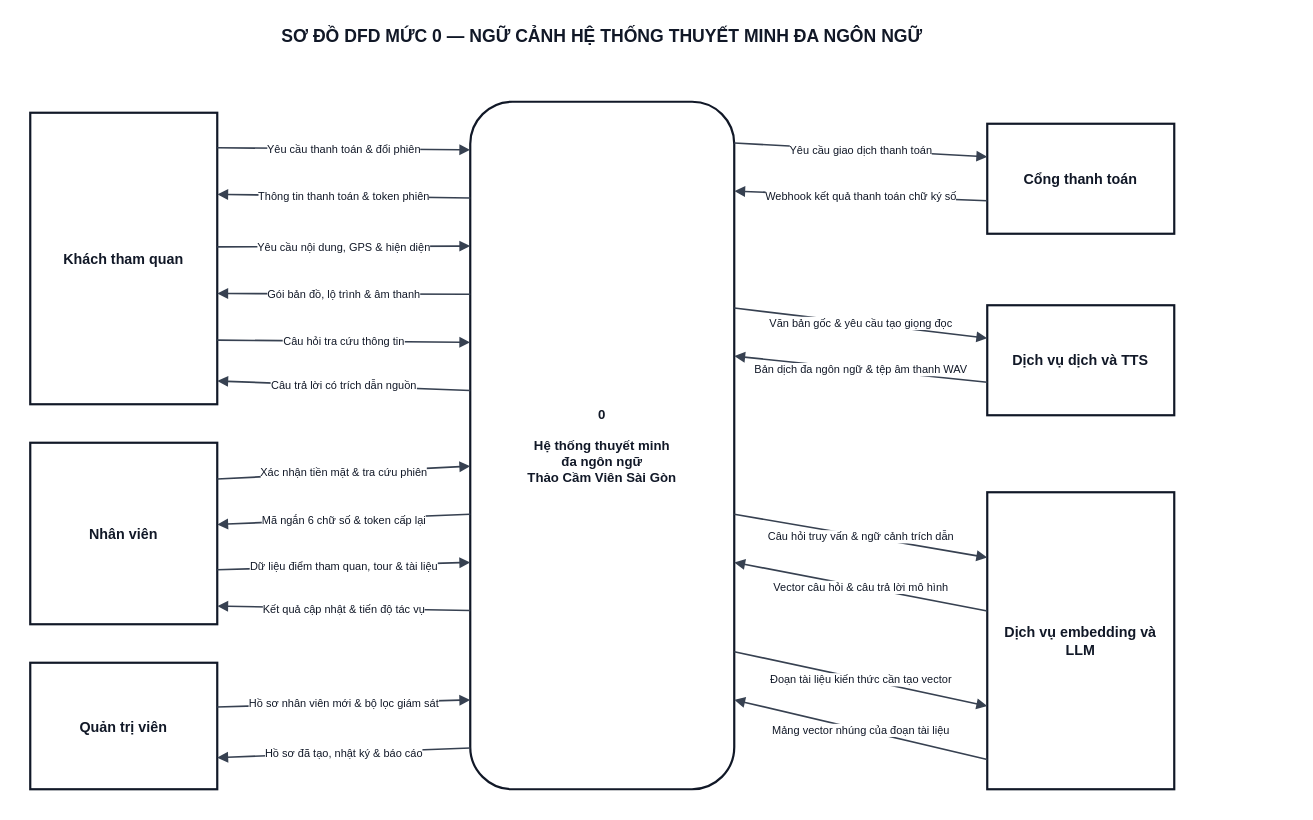
Kazuken123/prj_sgu26_cnpm keeps this draw.io diagram as docs/diagram/dfd/DFD_Level_0_Context.drawio. Above is the earlier version. Source tidied: cells renumbered, new cells numbered last; positions are measured from the earlier drawing's top-left corner, leaving out a move shared by most shapes. Both pictures are drawn from the tidied source at 110%, with x=0, y=0 at pixel (30, 19).
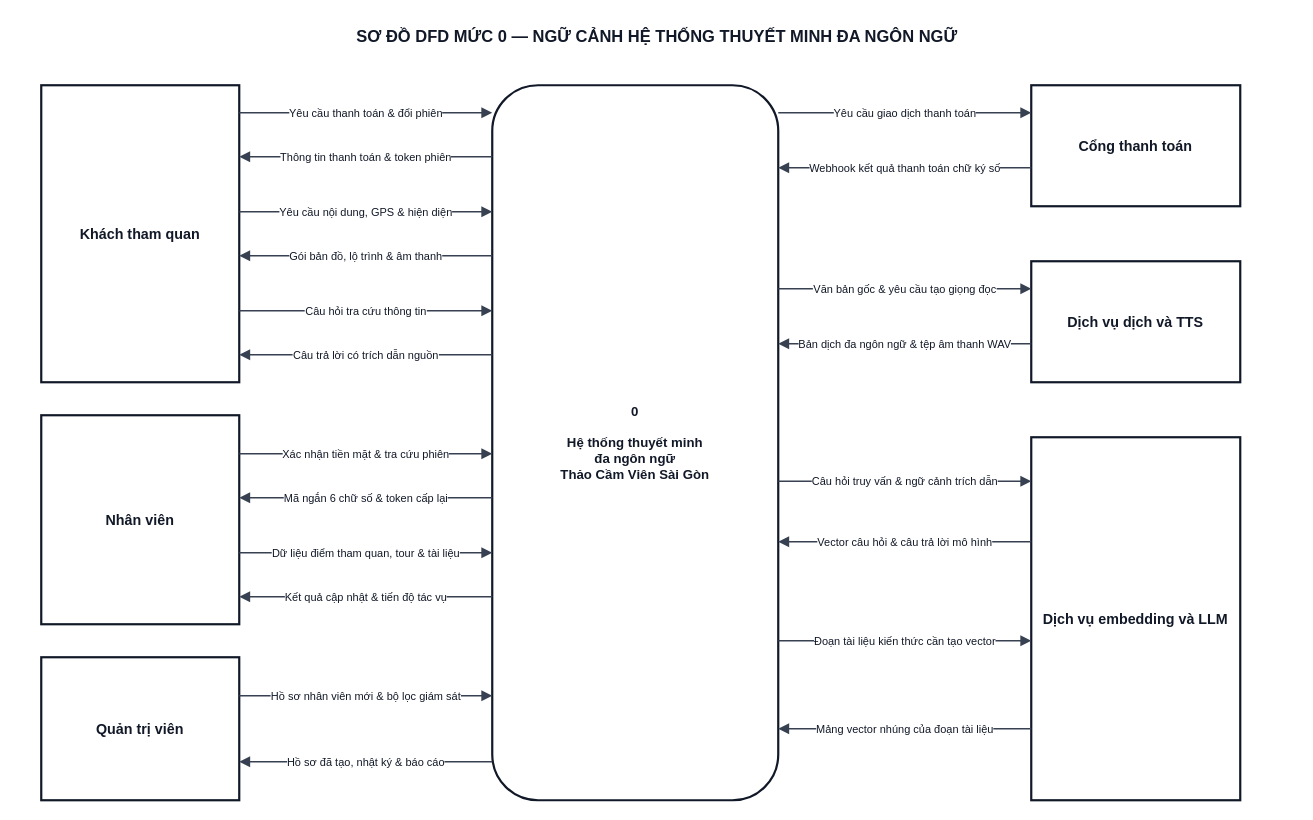
The same page after the edit.

The edit, as a diff of the source:
```diff
@@
-    <mxCell id="2" value="SƠ ĐỒ DFD MỨC 0 — NGỮ CẢNH HỆ THỐNG THUYẾT MINH ĐA NGÔN NGỮ" style="text;html=1;align=center;verticalAlign=middle;whiteSpace=wrap;fontFamily=Arial;fontSize=16;fontStyle=1;fillColor=none;strokeColor=none;fontColor=#111827;" parent="1" vertex="1">
-      <mxGeometry width="1040" height="30" as="geometry" />
+    <mxCell id="2" value="SƠ ĐỒ DFD MỨC 0 — NGỮ CẢNH HỆ THỐNG THUYẾT MINH ĐA NGÔN NGỮ" style="text;html=1;align=center;verticalAlign=middle;whiteSpace=wrap;fontFamily=Arial;fontSize=15;fontStyle=1;fillColor=none;strokeColor=none;fontColor=#111827;" parent="1" vertex="1">
+      <mxGeometry x="-10" width="1160" height="30" as="geometry" />
     </mxCell>
     <mxCell id="3" value="&lt;b&gt;0&lt;/b&gt;&lt;br/&gt;&lt;br/&gt;Hệ thống thuyết minh&lt;br/&gt;đa ngôn ngữ&lt;br/&gt;Thảo Cầm Viên Sài Gòn" style="rounded=1;arcSize=16;whiteSpace=wrap;html=1;fillColor=#FFFFFF;strokeColor=#111827;strokeWidth=2;fontFamily=Arial;fontSize=12;fontStyle=1;fontColor=#111827;align=center;" parent="1" vertex="1">
-      <mxGeometry x="400" y="75" width="240" height="625" as="geometry" />
+      <mxGeometry x="420" y="60" width="260" height="650" as="geometry" />
     </mxCell>
     <mxCell id="4" value="Khách tham quan" style="rounded=0;whiteSpace=wrap;html=1;fillColor=#FFFFFF;strokeColor=#111827;strokeWidth=2;fontFamily=Arial;fontSize=13;fontStyle=1;fontColor=#111827;align=center;" parent="1" vertex="1">
-      <mxGeometry y="85" width="170" height="265" as="geometry" />
+      <mxGeometry x="10" y="60" width="180" height="270" as="geometry" />
     </mxCell>
     <mxCell id="5" value="Nhân viên" style="rounded=0;whiteSpace=wrap;html=1;fillColor=#FFFFFF;strokeColor=#111827;strokeWidth=2;fontFamily=Arial;fontSize=13;fontStyle=1;fontColor=#111827;align=center;" parent="1" vertex="1">
-      <mxGeometry y="385" width="170" height="165" as="geometry" />
+      <mxGeometry x="10" y="360" width="180" height="190" as="geometry" />
     </mxCell>
     <mxCell id="6" value="Quản trị viên" style="rounded=0;whiteSpace=wrap;html=1;fillColor=#FFFFFF;strokeColor=#111827;strokeWidth=2;fontFamily=Arial;fontSize=13;fontStyle=1;fontColor=#111827;align=center;" parent="1" vertex="1">
-      <mxGeometry y="585" width="170" height="115" as="geometry" />
+      <mxGeometry x="10" y="580" width="180" height="130" as="geometry" />
     </mxCell>
     <mxCell id="7" value="Cổng thanh toán" style="rounded=0;whiteSpace=wrap;html=1;fillColor=#FFFFFF;strokeColor=#111827;strokeWidth=2;fontFamily=Arial;fontSize=13;fontStyle=1;fontColor=#111827;align=center;" parent="1" vertex="1">
-      <mxGeometry x="870" y="95" width="170" height="100" as="geometry" />
+      <mxGeometry x="910" y="60" width="190" height="110" as="geometry" />
     </mxCell>
     <mxCell id="8" value="Dịch vụ dịch và TTS" style="rounded=0;whiteSpace=wrap;html=1;fillColor=#FFFFFF;strokeColor=#111827;strokeWidth=2;fontFamily=Arial;fontSize=13;fontStyle=1;fontColor=#111827;align=center;" parent="1" vertex="1">
-      <mxGeometry x="870" y="260" width="170" height="100" as="geometry" />
+      <mxGeometry x="910" y="220" width="190" height="110" as="geometry" />
     </mxCell>
     <mxCell id="9" value="Dịch vụ embedding và LLM" style="rounded=0;whiteSpace=wrap;html=1;fillColor=#FFFFFF;strokeColor=#111827;strokeWidth=2;fontFamily=Arial;fontSize=13;fontStyle=1;fontColor=#111827;align=center;" parent="1" vertex="1">
-      <mxGeometry x="870" y="430" width="170" height="270" as="geometry" />
+      <mxGeometry x="910" y="380" width="190" height="330" as="geometry" />
     </mxCell>
-    <mxCell id="10" value="Yêu cầu thanh toán &amp; đổi phiên" style="rounded=0;html=1;strokeColor=#374151;strokeWidth=1.5;endArrow=block;endFill=1;fontFamily=Arial;fontSize=10;fontColor=#111827;labelBackgroundColor=#FFFFFF;spacing=2;exitX=1;exitY=0.12;exitDx=0;exitDy=0;entryX=0;entryY=0.07;entryDx=0;entryDy=0;edgeStyle=none;" parent="1" edge="1" source="4" target="3">
+    <mxCell id="10" value="Yêu cầu thanh toán &amp; đổi phiên" style="edgeStyle=orthogonalEdgeStyle;rounded=0;jettySize=auto;html=1;strokeColor=#374151;strokeWidth=1.5;endArrow=block;endFill=1;fontFamily=Arial;fontSize=10;fontColor=#111827;labelBackgroundColor=#FFFFFF;spacing=2;exitX=1.0000;exitY=0.0926;exitDx=0;exitDy=0;entryX=0.0000;entryY=0.0385;entryDx=0;entryDy=0;" parent="1" edge="1" source="4" target="3">
       <mxGeometry relative="1" as="geometry" />
     </mxCell>
-    <mxCell id="11" value="Thông tin thanh toán &amp; token phiên" style="rounded=0;html=1;strokeColor=#374151;strokeWidth=1.5;endArrow=block;endFill=1;fontFamily=Arial;fontSize=10;fontColor=#111827;labelBackgroundColor=#FFFFFF;spacing=2;exitX=0;exitY=0.14;exitDx=0;exitDy=0;entryX=1;entryY=0.28;entryDx=0;entryDy=0;edgeStyle=none;" parent="1" edge="1" source="3" target="4">
+    <mxCell id="11" value="Thông tin thanh toán &amp; token phiên" style="edgeStyle=orthogonalEdgeStyle;rounded=0;jettySize=auto;html=1;strokeColor=#374151;strokeWidth=1.5;endArrow=block;endFill=1;fontFamily=Arial;fontSize=10;fontColor=#111827;labelBackgroundColor=#FFFFFF;spacing=2;exitX=0.0000;exitY=0.1000;exitDx=0;exitDy=0;entryX=1.0000;entryY=0.2407;entryDx=0;entryDy=0;" parent="1" edge="1" source="3" target="4">
       <mxGeometry relative="1" as="geometry" />
     </mxCell>
-    <mxCell id="12" value="Yêu cầu nội dung, GPS &amp; hiện diện" style="rounded=0;html=1;strokeColor=#374151;strokeWidth=1.5;endArrow=block;endFill=1;fontFamily=Arial;fontSize=10;fontColor=#111827;labelBackgroundColor=#FFFFFF;spacing=2;exitX=1;exitY=0.46;exitDx=0;exitDy=0;entryX=0;entryY=0.21;entryDx=0;entryDy=0;edgeStyle=none;" parent="1" edge="1" source="4" target="3">
+    <mxCell id="12" value="Yêu cầu nội dung, GPS &amp; hiện diện" style="edgeStyle=orthogonalEdgeStyle;rounded=0;jettySize=auto;html=1;strokeColor=#374151;strokeWidth=1.5;endArrow=block;endFill=1;fontFamily=Arial;fontSize=10;fontColor=#111827;labelBackgroundColor=#FFFFFF;spacing=2;exitX=1.0000;exitY=0.4259;exitDx=0;exitDy=0;entryX=0.0000;entryY=0.1769;entryDx=0;entryDy=0;" parent="1" edge="1" source="4" target="3">
       <mxGeometry relative="1" as="geometry" />
     </mxCell>
-    <mxCell id="13" value="Gói bản đồ, lộ trình &amp; âm thanh" style="rounded=0;html=1;strokeColor=#374151;strokeWidth=1.5;endArrow=block;endFill=1;fontFamily=Arial;fontSize=10;fontColor=#111827;labelBackgroundColor=#FFFFFF;spacing=2;exitX=0;exitY=0.28;exitDx=0;exitDy=0;entryX=1;entryY=0.62;entryDx=0;entryDy=0;edgeStyle=none;" parent="1" edge="1" source="3" target="4">
+    <mxCell id="13" value="Gói bản đồ, lộ trình &amp; âm thanh" style="edgeStyle=orthogonalEdgeStyle;rounded=0;jettySize=auto;html=1;strokeColor=#374151;strokeWidth=1.5;endArrow=block;endFill=1;fontFamily=Arial;fontSize=10;fontColor=#111827;labelBackgroundColor=#FFFFFF;spacing=2;exitX=0.0000;exitY=0.2385;exitDx=0;exitDy=0;entryX=1.0000;entryY=0.5741;entryDx=0;entryDy=0;" parent="1" edge="1" source="3" target="4">
       <mxGeometry relative="1" as="geometry" />
     </mxCell>
-    <mxCell id="14" value="Câu hỏi tra cứu thông tin" style="rounded=0;html=1;strokeColor=#374151;strokeWidth=1.5;endArrow=block;endFill=1;fontFamily=Arial;fontSize=10;fontColor=#111827;labelBackgroundColor=#FFFFFF;spacing=2;exitX=1;exitY=0.78;exitDx=0;exitDy=0;entryX=0;entryY=0.35;entryDx=0;entryDy=0;edgeStyle=none;" parent="1" edge="1" source="4" target="3">
+    <mxCell id="14" value="Câu hỏi tra cứu thông tin" style="edgeStyle=orthogonalEdgeStyle;rounded=0;jettySize=auto;html=1;strokeColor=#374151;strokeWidth=1.5;endArrow=block;endFill=1;fontFamily=Arial;fontSize=10;fontColor=#111827;labelBackgroundColor=#FFFFFF;spacing=2;exitX=1.0000;exitY=0.7593;exitDx=0;exitDy=0;entryX=0.0000;entryY=0.3154;entryDx=0;entryDy=0;" parent="1" edge="1" source="4" target="3">
       <mxGeometry relative="1" as="geometry" />
     </mxCell>
-    <mxCell id="15" value="Câu trả lời có trích dẫn nguồn" style="rounded=0;html=1;strokeColor=#374151;strokeWidth=1.5;endArrow=block;endFill=1;fontFamily=Arial;fontSize=10;fontColor=#111827;labelBackgroundColor=#FFFFFF;spacing=2;exitX=0;exitY=0.42;exitDx=0;exitDy=0;entryX=1;entryY=0.92;entryDx=0;entryDy=0;edgeStyle=none;" parent="1" edge="1" source="3" target="4">
+    <mxCell id="15" value="Câu trả lời có trích dẫn nguồn" style="edgeStyle=orthogonalEdgeStyle;rounded=0;jettySize=auto;html=1;strokeColor=#374151;strokeWidth=1.5;endArrow=block;endFill=1;fontFamily=Arial;fontSize=10;fontColor=#111827;labelBackgroundColor=#FFFFFF;spacing=2;exitX=0.0000;exitY=0.3769;exitDx=0;exitDy=0;entryX=1.0000;entryY=0.9074;entryDx=0;entryDy=0;" parent="1" edge="1" source="3" target="4">
       <mxGeometry relative="1" as="geometry" />
     </mxCell>
-    <mxCell id="16" value="Xác nhận tiền mặt &amp; tra cứu phiên" style="rounded=0;html=1;strokeColor=#374151;strokeWidth=1.5;endArrow=block;endFill=1;fontFamily=Arial;fontSize=10;fontColor=#111827;labelBackgroundColor=#FFFFFF;spacing=2;exitX=1;exitY=0.2;exitDx=0;exitDy=0;entryX=0;entryY=0.53;entryDx=0;entryDy=0;edgeStyle=none;" parent="1" edge="1" source="5" target="3">
+    <mxCell id="16" value="Xác nhận tiền mặt &amp; tra cứu phiên" style="edgeStyle=orthogonalEdgeStyle;rounded=0;jettySize=auto;html=1;strokeColor=#374151;strokeWidth=1.5;endArrow=block;endFill=1;fontFamily=Arial;fontSize=10;fontColor=#111827;labelBackgroundColor=#FFFFFF;spacing=2;exitX=1.0000;exitY=0.1842;exitDx=0;exitDy=0;entryX=0.0000;entryY=0.5154;entryDx=0;entryDy=0;" parent="1" edge="1" source="5" target="3">
       <mxGeometry relative="1" as="geometry" />
     </mxCell>
-    <mxCell id="17" value="Mã ngắn 6 chữ số &amp; token cấp lại" style="rounded=0;html=1;strokeColor=#374151;strokeWidth=1.5;endArrow=block;endFill=1;fontFamily=Arial;fontSize=10;fontColor=#111827;labelBackgroundColor=#FFFFFF;spacing=2;exitX=0;exitY=0.6;exitDx=0;exitDy=0;entryX=1;entryY=0.45;entryDx=0;entryDy=0;edgeStyle=none;" parent="1" edge="1" source="3" target="5">
+    <mxCell id="17" value="Mã ngắn 6 chữ số &amp; token cấp lại" style="edgeStyle=orthogonalEdgeStyle;rounded=0;jettySize=auto;html=1;strokeColor=#374151;strokeWidth=1.5;endArrow=block;endFill=1;fontFamily=Arial;fontSize=10;fontColor=#111827;labelBackgroundColor=#FFFFFF;spacing=2;exitX=0.0000;exitY=0.5769;exitDx=0;exitDy=0;entryX=1.0000;entryY=0.3947;entryDx=0;entryDy=0;" parent="1" edge="1" source="3" target="5">
       <mxGeometry relative="1" as="geometry" />
     </mxCell>
-    <mxCell id="18" value="Dữ liệu điểm tham quan, tour &amp; tài liệu" style="rounded=0;html=1;strokeColor=#374151;strokeWidth=1.5;endArrow=block;endFill=1;fontFamily=Arial;fontSize=10;fontColor=#111827;labelBackgroundColor=#FFFFFF;spacing=2;exitX=1;exitY=0.7;exitDx=0;exitDy=0;entryX=0;entryY=0.67;entryDx=0;entryDy=0;edgeStyle=none;" parent="1" edge="1" source="5" target="3">
+    <mxCell id="18" value="Dữ liệu điểm tham quan, tour &amp; tài liệu" style="edgeStyle=orthogonalEdgeStyle;rounded=0;jettySize=auto;html=1;strokeColor=#374151;strokeWidth=1.5;endArrow=block;endFill=1;fontFamily=Arial;fontSize=10;fontColor=#111827;labelBackgroundColor=#FFFFFF;spacing=2;exitX=1.0000;exitY=0.6579;exitDx=0;exitDy=0;entryX=0.0000;entryY=0.6538;entryDx=0;entryDy=0;" parent="1" edge="1" source="5" target="3">
       <mxGeometry relative="1" as="geometry" />
     </mxCell>
-    <mxCell id="19" value="Kết quả cập nhật &amp; tiến độ tác vụ" style="rounded=0;html=1;strokeColor=#374151;strokeWidth=1.5;endArrow=block;endFill=1;fontFamily=Arial;fontSize=10;fontColor=#111827;labelBackgroundColor=#FFFFFF;spacing=2;exitX=0;exitY=0.74;exitDx=0;exitDy=0;entryX=1;entryY=0.9;entryDx=0;entryDy=0;edgeStyle=none;" parent="1" edge="1" source="3" target="5">
+    <mxCell id="19" value="Kết quả cập nhật &amp; tiến độ tác vụ" style="edgeStyle=orthogonalEdgeStyle;rounded=0;jettySize=auto;html=1;strokeColor=#374151;strokeWidth=1.5;endArrow=block;endFill=1;fontFamily=Arial;fontSize=10;fontColor=#111827;labelBackgroundColor=#FFFFFF;spacing=2;exitX=0.0000;exitY=0.7154;exitDx=0;exitDy=0;entryX=1.0000;entryY=0.8684;entryDx=0;entryDy=0;" parent="1" edge="1" source="3" target="5">
       <mxGeometry relative="1" as="geometry" />
     </mxCell>
-    <mxCell id="20" value="Hồ sơ nhân viên mới &amp; bộ lọc giám sát" style="rounded=0;html=1;strokeColor=#374151;strokeWidth=1.5;endArrow=block;endFill=1;fontFamily=Arial;fontSize=10;fontColor=#111827;labelBackgroundColor=#FFFFFF;spacing=2;exitX=1;exitY=0.35;exitDx=0;exitDy=0;entryX=0;entryY=0.87;entryDx=0;entryDy=0;edgeStyle=none;" parent="1" edge="1" source="6" target="3">
+    <mxCell id="20" value="Hồ sơ nhân viên mới &amp; bộ lọc giám sát" style="edgeStyle=orthogonalEdgeStyle;rounded=0;jettySize=auto;html=1;strokeColor=#374151;strokeWidth=1.5;endArrow=block;endFill=1;fontFamily=Arial;fontSize=10;fontColor=#111827;labelBackgroundColor=#FFFFFF;spacing=2;exitX=1.0000;exitY=0.2692;exitDx=0;exitDy=0;entryX=0.0000;entryY=0.8538;entryDx=0;entryDy=0;" parent="1" edge="1" source="6" target="3">
       <mxGeometry relative="1" as="geometry" />
     </mxCell>
-    <mxCell id="21" value="Hồ sơ đã tạo, nhật ký &amp; báo cáo" style="rounded=0;html=1;strokeColor=#374151;strokeWidth=1.5;endArrow=block;endFill=1;fontFamily=Arial;fontSize=10;fontColor=#111827;labelBackgroundColor=#FFFFFF;spacing=2;exitX=0;exitY=0.94;exitDx=0;exitDy=0;entryX=1;entryY=0.75;entryDx=0;entryDy=0;edgeStyle=none;" parent="1" edge="1" source="3" target="6">
+    <mxCell id="21" value="Hồ sơ đã tạo, nhật ký &amp; báo cáo" style="edgeStyle=orthogonalEdgeStyle;rounded=0;jettySize=auto;html=1;strokeColor=#374151;strokeWidth=1.5;endArrow=block;endFill=1;fontFamily=Arial;fontSize=10;fontColor=#111827;labelBackgroundColor=#FFFFFF;spacing=2;exitX=0.0000;exitY=0.9462;exitDx=0;exitDy=0;entryX=1.0000;entryY=0.7308;entryDx=0;entryDy=0;" parent="1" edge="1" source="3" target="6">
       <mxGeometry relative="1" as="geometry" />
     </mxCell>
-    <mxCell id="22" value="Yêu cầu giao dịch thanh toán" style="rounded=0;html=1;strokeColor=#374151;strokeWidth=1.5;endArrow=block;endFill=1;fontFamily=Arial;fontSize=10;fontColor=#111827;labelBackgroundColor=#FFFFFF;spacing=2;exitX=1;exitY=0.06;exitDx=0;exitDy=0;entryX=0;entryY=0.3;entryDx=0;entryDy=0;edgeStyle=none;" parent="1" edge="1" source="3" target="7">
+    <mxCell id="22" value="Yêu cầu giao dịch thanh toán" style="edgeStyle=orthogonalEdgeStyle;rounded=0;jettySize=auto;html=1;strokeColor=#374151;strokeWidth=1.5;endArrow=block;endFill=1;fontFamily=Arial;fontSize=10;fontColor=#111827;labelBackgroundColor=#FFFFFF;spacing=2;exitX=1.0000;exitY=0.0385;exitDx=0;exitDy=0;entryX=0.0000;entryY=0.2273;entryDx=0;entryDy=0;" parent="1" edge="1" source="3" target="7">
       <mxGeometry relative="1" as="geometry" />
     </mxCell>
-    <mxCell id="23" value="Webhook kết quả thanh toán chữ ký số" style="rounded=0;html=1;strokeColor=#374151;strokeWidth=1.5;endArrow=block;endFill=1;fontFamily=Arial;fontSize=10;fontColor=#111827;labelBackgroundColor=#FFFFFF;spacing=2;exitX=0;exitY=0.7;exitDx=0;exitDy=0;entryX=1;entryY=0.13;entryDx=0;entryDy=0;edgeStyle=none;" parent="1" edge="1" source="7" target="3">
+    <mxCell id="23" value="Webhook kết quả thanh toán chữ ký số" style="edgeStyle=orthogonalEdgeStyle;rounded=0;jettySize=auto;html=1;strokeColor=#374151;strokeWidth=1.5;endArrow=block;endFill=1;fontFamily=Arial;fontSize=10;fontColor=#111827;labelBackgroundColor=#FFFFFF;spacing=2;exitX=0.0000;exitY=0.6818;exitDx=0;exitDy=0;entryX=1.0000;entryY=0.1154;entryDx=0;entryDy=0;" parent="1" edge="1" source="7" target="3">
       <mxGeometry relative="1" as="geometry" />
     </mxCell>
-    <mxCell id="24" value="Văn bản gốc &amp; yêu cầu tạo giọng đọc" style="rounded=0;html=1;strokeColor=#374151;strokeWidth=1.5;endArrow=block;endFill=1;fontFamily=Arial;fontSize=10;fontColor=#111827;labelBackgroundColor=#FFFFFF;spacing=2;exitX=1;exitY=0.3;exitDx=0;exitDy=0;entryX=0;entryY=0.3;entryDx=0;entryDy=0;edgeStyle=none;" parent="1" edge="1" source="3" target="8">
+    <mxCell id="24" value="Văn bản gốc &amp; yêu cầu tạo giọng đọc" style="edgeStyle=orthogonalEdgeStyle;rounded=0;jettySize=auto;html=1;strokeColor=#374151;strokeWidth=1.5;endArrow=block;endFill=1;fontFamily=Arial;fontSize=10;fontColor=#111827;labelBackgroundColor=#FFFFFF;spacing=2;exitX=1.0000;exitY=0.2846;exitDx=0;exitDy=0;entryX=0.0000;entryY=0.2273;entryDx=0;entryDy=0;" parent="1" edge="1" source="3" target="8">
       <mxGeometry relative="1" as="geometry" />
     </mxCell>
-    <mxCell id="25" value="Bản dịch đa ngôn ngữ &amp; tệp âm thanh WAV" style="rounded=0;html=1;strokeColor=#374151;strokeWidth=1.5;endArrow=block;endFill=1;fontFamily=Arial;fontSize=10;fontColor=#111827;labelBackgroundColor=#FFFFFF;spacing=2;exitX=0;exitY=0.7;exitDx=0;exitDy=0;entryX=1;entryY=0.37;entryDx=0;entryDy=0;edgeStyle=none;" parent="1" edge="1" source="8" target="3">
+    <mxCell id="25" value="Bản dịch đa ngôn ngữ &amp; tệp âm thanh WAV" style="edgeStyle=orthogonalEdgeStyle;rounded=0;jettySize=auto;html=1;strokeColor=#374151;strokeWidth=1.5;endArrow=block;endFill=1;fontFamily=Arial;fontSize=10;fontColor=#111827;labelBackgroundColor=#FFFFFF;spacing=2;exitX=0.0000;exitY=0.6818;exitDx=0;exitDy=0;entryX=1.0000;entryY=0.3615;entryDx=0;entryDy=0;" parent="1" edge="1" source="8" target="3">
       <mxGeometry relative="1" as="geometry" />
     </mxCell>
-    <mxCell id="26" value="Câu hỏi truy vấn &amp; ngữ cảnh trích dẫn" style="rounded=0;html=1;strokeColor=#374151;strokeWidth=1.5;endArrow=block;endFill=1;fontFamily=Arial;fontSize=10;fontColor=#111827;labelBackgroundColor=#FFFFFF;spacing=2;exitX=1;exitY=0.6;exitDx=0;exitDy=0;entryX=0;entryY=0.22;entryDx=0;entryDy=0;edgeStyle=none;" parent="1" edge="1" source="3" target="9">
+    <mxCell id="26" value="Câu hỏi truy vấn &amp; ngữ cảnh trích dẫn" style="edgeStyle=orthogonalEdgeStyle;rounded=0;jettySize=auto;html=1;strokeColor=#374151;strokeWidth=1.5;endArrow=block;endFill=1;fontFamily=Arial;fontSize=10;fontColor=#111827;labelBackgroundColor=#FFFFFF;spacing=2;exitX=1.0000;exitY=0.5538;exitDx=0;exitDy=0;entryX=0.0000;entryY=0.1212;entryDx=0;entryDy=0;" parent="1" edge="1" source="3" target="9">
       <mxGeometry relative="1" as="geometry" />
     </mxCell>
-    <mxCell id="27" value="Vector câu hỏi &amp; câu trả lời mô hình" style="rounded=0;html=1;strokeColor=#374151;strokeWidth=1.5;endArrow=block;endFill=1;fontFamily=Arial;fontSize=10;fontColor=#111827;labelBackgroundColor=#FFFFFF;spacing=2;exitX=0;exitY=0.4;exitDx=0;exitDy=0;entryX=1;entryY=0.67;entryDx=0;entryDy=0;edgeStyle=none;" parent="1" edge="1" source="9" target="3">
+    <mxCell id="27" value="Vector câu hỏi &amp; câu trả lời mô hình" style="edgeStyle=orthogonalEdgeStyle;rounded=0;jettySize=auto;html=1;strokeColor=#374151;strokeWidth=1.5;endArrow=block;endFill=1;fontFamily=Arial;fontSize=10;fontColor=#111827;labelBackgroundColor=#FFFFFF;spacing=2;exitX=0.0000;exitY=0.2879;exitDx=0;exitDy=0;entryX=1.0000;entryY=0.6385;entryDx=0;entryDy=0;" parent="1" edge="1" source="9" target="3">
       <mxGeometry relative="1" as="geometry" />
     </mxCell>
-    <mxCell id="28" value="Đoạn tài liệu kiến thức cần tạo vector" style="rounded=0;html=1;strokeColor=#374151;strokeWidth=1.5;endArrow=block;endFill=1;fontFamily=Arial;fontSize=10;fontColor=#111827;labelBackgroundColor=#FFFFFF;spacing=2;exitX=1;exitY=0.8;exitDx=0;exitDy=0;entryX=0;entryY=0.72;entryDx=0;entryDy=0;edgeStyle=none;" parent="1" edge="1" source="3" target="9">
+    <mxCell id="28" value="Đoạn tài liệu kiến thức cần tạo vector" style="edgeStyle=orthogonalEdgeStyle;rounded=0;jettySize=auto;html=1;strokeColor=#374151;strokeWidth=1.5;endArrow=block;endFill=1;fontFamily=Arial;fontSize=10;fontColor=#111827;labelBackgroundColor=#FFFFFF;spacing=2;exitX=1.0000;exitY=0.7769;exitDx=0;exitDy=0;entryX=0.0000;entryY=0.5606;entryDx=0;entryDy=0;" parent="1" edge="1" source="3" target="9">
       <mxGeometry relative="1" as="geometry" />
     </mxCell>
-    <mxCell id="29" value="Mảng vector nhúng của đoạn tài liệu" style="rounded=0;html=1;strokeColor=#374151;strokeWidth=1.5;endArrow=block;endFill=1;fontFamily=Arial;fontSize=10;fontColor=#111827;labelBackgroundColor=#FFFFFF;spacing=2;exitX=0;exitY=0.9;exitDx=0;exitDy=0;entryX=1;entryY=0.87;entryDx=0;entryDy=0;edgeStyle=none;" parent="1" edge="1" source="9" target="3">
+    <mxCell id="29" value="Mảng vector nhúng của đoạn tài liệu" style="edgeStyle=orthogonalEdgeStyle;rounded=0;jettySize=auto;html=1;strokeColor=#374151;strokeWidth=1.5;endArrow=block;endFill=1;fontFamily=Arial;fontSize=10;fontColor=#111827;labelBackgroundColor=#FFFFFF;spacing=2;exitX=0.0000;exitY=0.8030;exitDx=0;exitDy=0;entryX=1.0000;entryY=0.9000;entryDx=0;entryDy=0;" parent="1" edge="1" source="9" target="3">
       <mxGeometry relative="1" as="geometry" />
     </mxCell>
```
